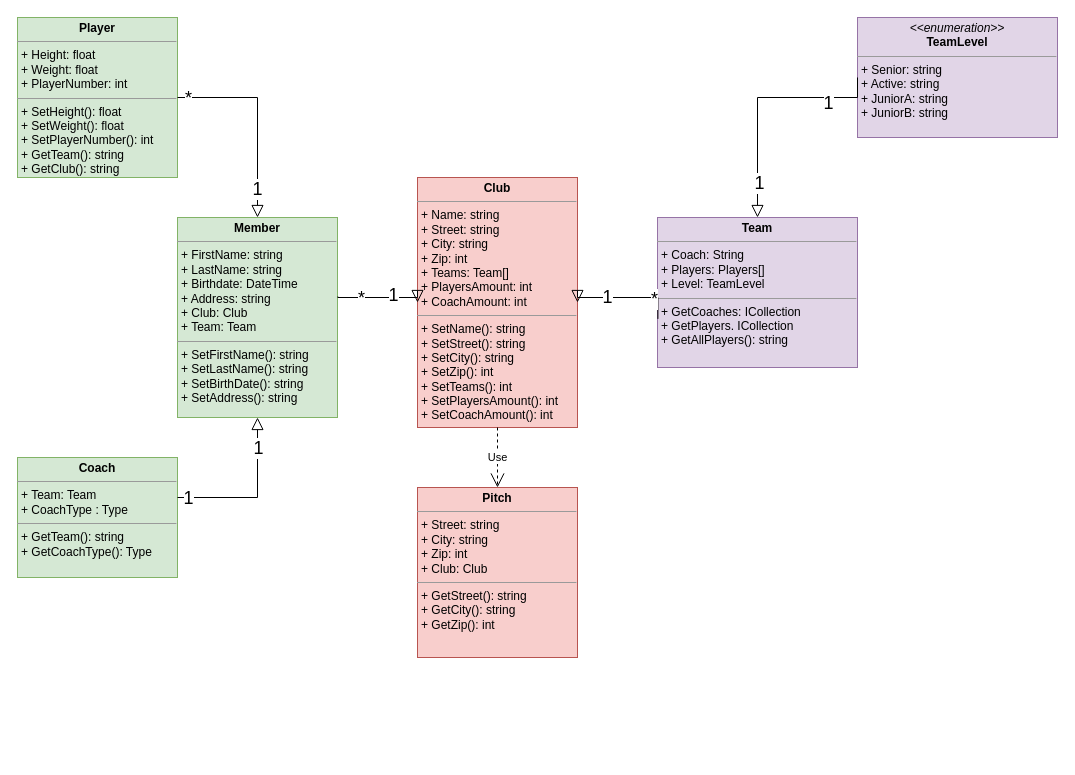
Before: docs/Klassendiagramm.drawio in harismkhan/ClubManagement, a draw.io diagram. Source tidied: cells renumbered, new cells numbered last; positions are measured from the earlier drawing's top-left corner, leaving out a move shared by most shapes. Both pictures are drawn from the tidied source at 100%, with x=0, y=0 at pixel (17, -303).
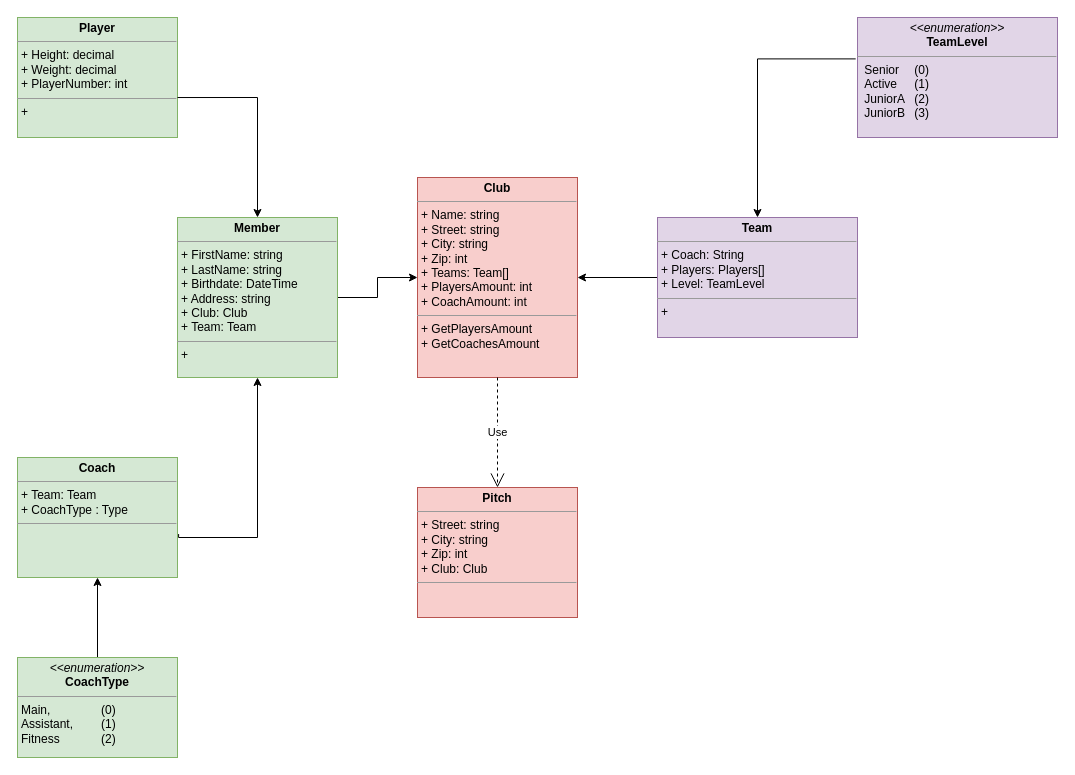
After the change.

Commit message (it also covers changes not shown here):
I added the updated Class Diagram and changed the floats to decimals.

The edit, as a diff of the source:
```diff
@@
-    <mxCell id="2" value="&lt;p style=&quot;margin: 0px ; margin-top: 4px ; text-align: center&quot;&gt;&lt;b&gt;Club&lt;/b&gt;&lt;/p&gt;&lt;hr size=&quot;1&quot;&gt;&lt;p style=&quot;margin: 0px ; margin-left: 4px&quot;&gt;+ Name: string&lt;/p&gt;&lt;p style=&quot;margin: 0px ; margin-left: 4px&quot;&gt;+ Street: string&lt;/p&gt;&lt;p style=&quot;margin: 0px 0px 0px 4px&quot;&gt;+ City: string&lt;/p&gt;&lt;div&gt;&lt;p style=&quot;margin: 0px 0px 0px 4px&quot;&gt;+ Zip: int&lt;/p&gt;&lt;/div&gt;&lt;p style=&quot;margin: 0px ; margin-left: 4px&quot;&gt;+ Teams: Team[]&lt;/p&gt;&lt;p style=&quot;margin: 0px ; margin-left: 4px&quot;&gt;+ PlayersAmount: int&lt;/p&gt;&lt;p style=&quot;margin: 0px ; margin-left: 4px&quot;&gt;+ CoachAmount: int&lt;/p&gt;&lt;hr size=&quot;1&quot;&gt;&lt;p style=&quot;margin: 0px ; margin-left: 4px&quot;&gt;+ SetName(): string&lt;/p&gt;&lt;p style=&quot;margin: 0px ; margin-left: 4px&quot;&gt;+ SetStreet(): string&lt;/p&gt;&lt;p style=&quot;margin: 0px 0px 0px 4px&quot;&gt;+ SetCity(): string&lt;/p&gt;&lt;div&gt;&lt;p style=&quot;margin: 0px 0px 0px 4px&quot;&gt;+ SetZip(): int&lt;/p&gt;&lt;/div&gt;&lt;p style=&quot;margin: 0px ; margin-left: 4px&quot;&gt;+ SetTeams(): int&lt;/p&gt;&lt;p style=&quot;margin: 0px ; margin-left: 4px&quot;&gt;+ SetPlayersAmount(): int&lt;/p&gt;&lt;p style=&quot;margin: 0px ; margin-left: 4px&quot;&gt;+ SetCoachAmount(): int&lt;/p&gt;" style="verticalAlign=top;align=left;overflow=fill;fontSize=12;fontFamily=Helvetica;html=1;fillColor=#f8cecc;strokeColor=#b85450;" parent="1" vertex="1">
-      <mxGeometry x="400" y="480" width="160" height="250" as="geometry" />
+    <mxCell id="2" value="&lt;p style=&quot;margin: 0px ; margin-top: 4px ; text-align: center&quot;&gt;&lt;b&gt;Club&lt;/b&gt;&lt;/p&gt;&lt;hr size=&quot;1&quot;&gt;&lt;p style=&quot;margin: 0px ; margin-left: 4px&quot;&gt;+ Name: string&lt;/p&gt;&lt;p style=&quot;margin: 0px ; margin-left: 4px&quot;&gt;+ Street: string&lt;/p&gt;&lt;p style=&quot;margin: 0px 0px 0px 4px&quot;&gt;+ City: string&lt;/p&gt;&lt;div&gt;&lt;p style=&quot;margin: 0px 0px 0px 4px&quot;&gt;+ Zip: int&lt;/p&gt;&lt;/div&gt;&lt;p style=&quot;margin: 0px ; margin-left: 4px&quot;&gt;+ Teams: Team[]&lt;/p&gt;&lt;p style=&quot;margin: 0px ; margin-left: 4px&quot;&gt;+ PlayersAmount: int&lt;/p&gt;&lt;p style=&quot;margin: 0px ; margin-left: 4px&quot;&gt;+ CoachAmount: int&lt;/p&gt;&lt;hr size=&quot;1&quot;&gt;&lt;p style=&quot;margin: 0px ; margin-left: 4px&quot;&gt;+ GetPlayersAmount&lt;/p&gt;&lt;p style=&quot;margin: 0px ; margin-left: 4px&quot;&gt;+ GetCoachesAmount&lt;/p&gt;" style="verticalAlign=top;align=left;overflow=fill;fontSize=12;fontFamily=Helvetica;html=1;fillColor=#f8cecc;strokeColor=#b85450;" parent="1" vertex="1">
+      <mxGeometry x="400" y="480" width="160" height="200" as="geometry" />
     </mxCell>
-    <mxCell id="3" value="&lt;p style=&quot;margin: 0px ; margin-top: 4px ; text-align: center&quot;&gt;&lt;b&gt;Pitch&lt;/b&gt;&lt;/p&gt;&lt;hr size=&quot;1&quot;&gt;&lt;p style=&quot;margin: 0px 0px 0px 4px&quot;&gt;+ Street: string&lt;/p&gt;&lt;p style=&quot;margin: 0px 0px 0px 4px&quot;&gt;+ City: string&lt;/p&gt;&lt;p style=&quot;margin: 0px ; margin-left: 4px&quot;&gt;&lt;span&gt;+ Zip: int&lt;/span&gt;&lt;/p&gt;&lt;p style=&quot;margin: 0px ; margin-left: 4px&quot;&gt;&lt;span&gt;+ Club: Club&lt;/span&gt;&lt;br&gt;&lt;/p&gt;&lt;hr size=&quot;1&quot;&gt;&lt;p style=&quot;margin: 0px ; margin-left: 4px&quot;&gt;+ GetStreet(): string&lt;/p&gt;&lt;p style=&quot;margin: 0px ; margin-left: 4px&quot;&gt;+ GetCity(): string&lt;/p&gt;&lt;p style=&quot;margin: 0px ; margin-left: 4px&quot;&gt;+ GetZip(): int&lt;/p&gt;" style="verticalAlign=top;align=left;overflow=fill;fontSize=12;fontFamily=Helvetica;html=1;fillColor=#f8cecc;strokeColor=#b85450;" parent="1" vertex="1">
-      <mxGeometry x="400" y="790" width="160" height="170" as="geometry" />
+    <mxCell id="3" value="&lt;p style=&quot;margin: 0px ; margin-top: 4px ; text-align: center&quot;&gt;&lt;b&gt;Pitch&lt;/b&gt;&lt;/p&gt;&lt;hr size=&quot;1&quot;&gt;&lt;p style=&quot;margin: 0px 0px 0px 4px&quot;&gt;+ Street: string&lt;/p&gt;&lt;p style=&quot;margin: 0px 0px 0px 4px&quot;&gt;+ City: string&lt;/p&gt;&lt;p style=&quot;margin: 0px ; margin-left: 4px&quot;&gt;&lt;span&gt;+ Zip: int&lt;/span&gt;&lt;/p&gt;&lt;p style=&quot;margin: 0px ; margin-left: 4px&quot;&gt;&lt;span&gt;+ Club: Club&lt;/span&gt;&lt;br&gt;&lt;/p&gt;&lt;hr size=&quot;1&quot;&gt;&lt;p style=&quot;margin: 0px ; margin-left: 4px&quot;&gt;&lt;br&gt;&lt;/p&gt;" style="verticalAlign=top;align=left;overflow=fill;fontSize=12;fontFamily=Helvetica;html=1;fillColor=#f8cecc;strokeColor=#b85450;" parent="1" vertex="1">
+      <mxGeometry x="400" y="790" width="160" height="130" as="geometry" />
     </mxCell>
+    <mxCell id="22" style="edgeStyle=orthogonalEdgeStyle;rounded=0;jettySize=auto;html=1;" parent="1" edge="1" source="4" target="2">
+      <mxGeometry relative="1" as="geometry" />
+    </mxCell>
-    <mxCell id="4" value="&lt;p style=&quot;margin: 0px ; margin-top: 4px ; text-align: center&quot;&gt;&lt;b&gt;Team&lt;/b&gt;&lt;/p&gt;&lt;hr size=&quot;1&quot;&gt;&lt;p style=&quot;margin: 0px ; margin-left: 4px&quot;&gt;+ Coach: String&lt;/p&gt;&lt;p style=&quot;margin: 0px ; margin-left: 4px&quot;&gt;+ Players: Players[]&lt;/p&gt;&lt;p style=&quot;margin: 0px ; margin-left: 4px&quot;&gt;+ Level: TeamLevel&lt;/p&gt;&lt;hr size=&quot;1&quot;&gt;&lt;p style=&quot;margin: 0px ; margin-left: 4px&quot;&gt;+ GetCoaches: ICollection&amp;nbsp;&lt;/p&gt;&lt;p style=&quot;margin: 0px ; margin-left: 4px&quot;&gt;+ GetPlayers. ICollection&lt;/p&gt;&lt;p style=&quot;margin: 0px ; margin-left: 4px&quot;&gt;+ GetAllPlayers(): string&lt;/p&gt;" style="verticalAlign=top;align=left;overflow=fill;fontSize=12;fontFamily=Helvetica;html=1;fillColor=#e1d5e7;strokeColor=#9673a6;" parent="1" vertex="1">
-      <mxGeometry x="640" y="520" width="200" height="150" as="geometry" />
+    <mxCell id="4" value="&lt;p style=&quot;margin: 0px ; margin-top: 4px ; text-align: center&quot;&gt;&lt;b&gt;Team&lt;/b&gt;&lt;/p&gt;&lt;hr size=&quot;1&quot;&gt;&lt;p style=&quot;margin: 0px ; margin-left: 4px&quot;&gt;+ Coach: String&lt;/p&gt;&lt;p style=&quot;margin: 0px ; margin-left: 4px&quot;&gt;+ Players: Players[]&lt;/p&gt;&lt;p style=&quot;margin: 0px ; margin-left: 4px&quot;&gt;+ Level: TeamLevel&lt;/p&gt;&lt;hr size=&quot;1&quot;&gt;&lt;p style=&quot;margin: 0px ; margin-left: 4px&quot;&gt;+&amp;nbsp;&lt;/p&gt;" style="verticalAlign=top;align=left;overflow=fill;fontSize=12;fontFamily=Helvetica;html=1;fillColor=#e1d5e7;strokeColor=#9673a6;" parent="1" vertex="1">
+      <mxGeometry x="640" y="520" width="200" height="120" as="geometry" />
     </mxCell>
-    <mxCell id="5" value="&lt;p style=&quot;margin: 0px ; margin-top: 4px ; text-align: center&quot;&gt;&lt;i&gt;&amp;lt;&amp;lt;enumeration&amp;gt;&amp;gt;&lt;/i&gt;&lt;br&gt;&lt;b&gt;TeamLevel&lt;/b&gt;&lt;/p&gt;&lt;hr size=&quot;1&quot;&gt;&lt;p style=&quot;margin: 0px ; margin-left: 4px&quot;&gt;+ Senior: string&lt;br&gt;+ Active: string&lt;/p&gt;&lt;p style=&quot;margin: 0px ; margin-left: 4px&quot;&gt;+ JuniorA: string&lt;/p&gt;&lt;p style=&quot;margin: 0px ; margin-left: 4px&quot;&gt;+ JuniorB: string&lt;/p&gt;&lt;p style=&quot;margin: 0px ; margin-left: 4px&quot;&gt;&lt;br&gt;&lt;/p&gt;" style="verticalAlign=top;align=left;overflow=fill;fontSize=12;fontFamily=Helvetica;html=1;fillColor=#e1d5e7;strokeColor=#9673a6;" parent="1" vertex="1">
+    <mxCell id="5" value="&lt;p style=&quot;margin: 0px ; margin-top: 4px ; text-align: center&quot;&gt;&lt;i&gt;&amp;lt;&amp;lt;enumeration&amp;gt;&amp;gt;&lt;/i&gt;&lt;br&gt;&lt;b&gt;TeamLevel&lt;/b&gt;&lt;/p&gt;&lt;hr size=&quot;1&quot;&gt;&lt;p style=&quot;margin: 0px ; margin-left: 4px&quot;&gt;&amp;nbsp;Senior &lt;span style=&quot;white-space: pre&quot;&gt;&#9;&lt;/span&gt;(0)&lt;br&gt;&amp;nbsp;Active &lt;span style=&quot;white-space: pre&quot;&gt;&#9;&lt;/span&gt;(1)&lt;/p&gt;&lt;p style=&quot;margin: 0px ; margin-left: 4px&quot;&gt;&amp;nbsp;JuniorA &lt;span style=&quot;white-space: pre&quot;&gt;&#9;&lt;/span&gt;(2)&lt;/p&gt;&lt;p style=&quot;margin: 0px ; margin-left: 4px&quot;&gt;&amp;nbsp;JuniorB &lt;span style=&quot;white-space: pre&quot;&gt;&#9;&lt;/span&gt;(3)&lt;/p&gt;&lt;p style=&quot;margin: 0px ; margin-left: 4px&quot;&gt;&lt;br&gt;&lt;/p&gt;" style="verticalAlign=top;align=left;overflow=fill;fontSize=12;fontFamily=Helvetica;html=1;fillColor=#e1d5e7;strokeColor=#9673a6;" parent="1" vertex="1">
       <mxGeometry x="840" y="320" width="200" height="120" as="geometry" />
     </mxCell>
+    <mxCell id="19" style="edgeStyle=orthogonalEdgeStyle;rounded=0;jettySize=auto;html=1;" parent="1" edge="1" source="6" target="2">
+      <mxGeometry relative="1" as="geometry" />
+    </mxCell>
-    <mxCell id="6" value="&lt;p style=&quot;margin: 0px ; margin-top: 4px ; text-align: center&quot;&gt;&lt;b&gt;Member&lt;/b&gt;&lt;/p&gt;&lt;hr size=&quot;1&quot;&gt;&lt;p style=&quot;margin: 0px ; margin-left: 4px&quot;&gt;+ FirstName: string&lt;/p&gt;&lt;p style=&quot;margin: 0px ; margin-left: 4px&quot;&gt;+ LastName: string&lt;/p&gt;&lt;p style=&quot;margin: 0px ; margin-left: 4px&quot;&gt;+ Birthdate: DateTime&lt;/p&gt;&lt;p style=&quot;margin: 0px ; margin-left: 4px&quot;&gt;+ Address: string&lt;/p&gt;&lt;p style=&quot;margin: 0px ; margin-left: 4px&quot;&gt;+ Club: Club&lt;/p&gt;&lt;p style=&quot;margin: 0px ; margin-left: 4px&quot;&gt;+ Team: Team&lt;/p&gt;&lt;hr size=&quot;1&quot;&gt;&lt;p style=&quot;margin: 0px ; margin-left: 4px&quot;&gt;+ SetFirstName(): string&lt;/p&gt;&lt;p style=&quot;margin: 0px ; margin-left: 4px&quot;&gt;+ SetLastName(): string&lt;/p&gt;&lt;p style=&quot;margin: 0px ; margin-left: 4px&quot;&gt;+ SetBirthDate(): string&lt;/p&gt;&lt;p style=&quot;margin: 0px ; margin-left: 4px&quot;&gt;+ SetAddress(): string&lt;/p&gt;" style="verticalAlign=top;align=left;overflow=fill;fontSize=12;fontFamily=Helvetica;html=1;fillColor=#d5e8d4;strokeColor=#82b366;" parent="1" vertex="1">
-      <mxGeometry x="160" y="520" width="160" height="200" as="geometry" />
+    <mxCell id="6" value="&lt;p style=&quot;margin: 0px ; margin-top: 4px ; text-align: center&quot;&gt;&lt;b&gt;Member&lt;/b&gt;&lt;/p&gt;&lt;hr size=&quot;1&quot;&gt;&lt;p style=&quot;margin: 0px ; margin-left: 4px&quot;&gt;+ FirstName: string&lt;/p&gt;&lt;p style=&quot;margin: 0px ; margin-left: 4px&quot;&gt;+ LastName: string&lt;/p&gt;&lt;p style=&quot;margin: 0px ; margin-left: 4px&quot;&gt;+ Birthdate: DateTime&lt;/p&gt;&lt;p style=&quot;margin: 0px ; margin-left: 4px&quot;&gt;+ Address: string&lt;/p&gt;&lt;p style=&quot;margin: 0px ; margin-left: 4px&quot;&gt;+ Club: Club&lt;/p&gt;&lt;p style=&quot;margin: 0px ; margin-left: 4px&quot;&gt;+ Team: Team&lt;/p&gt;&lt;hr size=&quot;1&quot;&gt;&lt;p style=&quot;margin: 0px ; margin-left: 4px&quot;&gt;+&amp;nbsp;&lt;/p&gt;" style="verticalAlign=top;align=left;overflow=fill;fontSize=12;fontFamily=Helvetica;html=1;fillColor=#d5e8d4;strokeColor=#82b366;" parent="1" vertex="1">
+      <mxGeometry x="160" y="520" width="160" height="160" as="geometry" />
     </mxCell>
-    <mxCell id="7" value="&lt;p style=&quot;margin: 0px ; margin-top: 4px ; text-align: center&quot;&gt;&lt;b&gt;Coach&lt;/b&gt;&lt;/p&gt;&lt;hr size=&quot;1&quot;&gt;&lt;p style=&quot;margin: 0px ; margin-left: 4px&quot;&gt;+ Team: Team&lt;/p&gt;&lt;p style=&quot;margin: 0px ; margin-left: 4px&quot;&gt;+ CoachType : Type&amp;nbsp;&lt;/p&gt;&lt;hr size=&quot;1&quot;&gt;&lt;p style=&quot;margin: 0px 0px 0px 4px&quot;&gt;+ GetTeam(): string&lt;/p&gt;&lt;p style=&quot;margin: 0px 0px 0px 4px&quot;&gt;+ GetCoachType(): Type&lt;/p&gt;" style="verticalAlign=top;align=left;overflow=fill;fontSize=12;fontFamily=Helvetica;html=1;fillColor=#d5e8d4;strokeColor=#82b366;" parent="1" vertex="1">
+    <mxCell id="7" value="&lt;p style=&quot;margin: 0px ; margin-top: 4px ; text-align: center&quot;&gt;&lt;b&gt;Coach&lt;/b&gt;&lt;/p&gt;&lt;hr size=&quot;1&quot;&gt;&lt;p style=&quot;margin: 0px ; margin-left: 4px&quot;&gt;+ Team: Team&lt;/p&gt;&lt;p style=&quot;margin: 0px ; margin-left: 4px&quot;&gt;+ CoachType : Type&amp;nbsp;&lt;/p&gt;&lt;hr size=&quot;1&quot;&gt;&lt;p style=&quot;margin: 0px 0px 0px 4px&quot;&gt;&lt;br&gt;&lt;/p&gt;" style="verticalAlign=top;align=left;overflow=fill;fontSize=12;fontFamily=Helvetica;html=1;fillColor=#d5e8d4;strokeColor=#82b366;" parent="1" vertex="1">
       <mxGeometry y="760" width="160" height="120" as="geometry" />
     </mxCell>
-    <mxCell id="8" value="&lt;p style=&quot;margin: 0px ; margin-top: 4px ; text-align: center&quot;&gt;&lt;b&gt;Player&lt;/b&gt;&lt;/p&gt;&lt;hr size=&quot;1&quot;&gt;&lt;p style=&quot;margin: 0px ; margin-left: 4px&quot;&gt;+ Height: float&lt;/p&gt;&lt;p style=&quot;margin: 0px ; margin-left: 4px&quot;&gt;+ Weight: float&lt;/p&gt;&lt;p style=&quot;margin: 0px ; margin-left: 4px&quot;&gt;+ PlayerNumber: int&lt;/p&gt;&lt;hr size=&quot;1&quot;&gt;&lt;p style=&quot;margin: 0px ; margin-left: 4px&quot;&gt;+ SetHeight(): float&lt;/p&gt;&lt;p style=&quot;margin: 0px ; margin-left: 4px&quot;&gt;+ SetWeight(): float&lt;/p&gt;&lt;p style=&quot;margin: 0px ; margin-left: 4px&quot;&gt;+ SetPlayerNumber(): int&lt;/p&gt;&lt;p style=&quot;margin: 0px ; margin-left: 4px&quot;&gt;+ GetTeam(): string&lt;/p&gt;&lt;p style=&quot;margin: 0px ; margin-left: 4px&quot;&gt;+ GetClub(): string&lt;/p&gt;" style="verticalAlign=top;align=left;overflow=fill;fontSize=12;fontFamily=Helvetica;html=1;fillColor=#d5e8d4;strokeColor=#82b366;" parent="1" vertex="1">
-      <mxGeometry y="320" width="160" height="160" as="geometry" />
+    <mxCell id="8" value="&lt;p style=&quot;margin: 0px ; margin-top: 4px ; text-align: center&quot;&gt;&lt;b&gt;Player&lt;/b&gt;&lt;/p&gt;&lt;hr size=&quot;1&quot;&gt;&lt;p style=&quot;margin: 0px ; margin-left: 4px&quot;&gt;+ Height: decimal&lt;/p&gt;&lt;p style=&quot;margin: 0px ; margin-left: 4px&quot;&gt;+ Weight: decimal&lt;/p&gt;&lt;p style=&quot;margin: 0px ; margin-left: 4px&quot;&gt;+ PlayerNumber: int&lt;/p&gt;&lt;hr size=&quot;1&quot;&gt;&lt;p style=&quot;margin: 0px ; margin-left: 4px&quot;&gt;+&amp;nbsp;&lt;/p&gt;" style="verticalAlign=top;align=left;overflow=fill;fontSize=12;fontFamily=Helvetica;html=1;fillColor=#d5e8d4;strokeColor=#82b366;" parent="1" vertex="1">
+      <mxGeometry y="320" width="160" height="120" as="geometry" />
     </mxCell>
-    <mxCell id="9" style="endArrow=block;endSize=10;endFill=0;shadow=0;strokeWidth=1;rounded=0;edgeStyle=elbowEdgeStyle;elbow=vertical;entryX=0.5;entryY=0;entryDx=0;entryDy=0;exitX=1;exitY=0.5;exitDx=0;exitDy=0;" parent="1" edge="1" target="6">
-      <mxGeometry relative="1" as="geometry">
-        <mxPoint x="160" y="400" as="sourcePoint" />
-        <Array as="points">
-          <mxPoint x="190" y="400" />
-          <mxPoint x="140" y="500" />
-          <mxPoint x="560" />
-          <mxPoint x="90" y="60" />
-          <mxPoint x="110" y="20" />
-        </Array>
-      </mxGeometry>
-    </mxCell>
-    <mxCell id="10" value="&lt;font style=&quot;font-size: 18px&quot;&gt;*&lt;/font&gt;" style="edgeLabel;html=1;align=center;verticalAlign=middle;" parent="9" vertex="1">
-      <mxGeometry x="-0.79" y="1" relative="1" as="geometry">
-        <mxPoint x="-11" y="1" as="offset" />
-      </mxGeometry>
-    </mxCell>
-    <mxCell id="11" value="1" style="edgeLabel;html=1;align=center;verticalAlign=middle;fontSize=18;" parent="9" vertex="1">
-      <mxGeometry x="0.71" y="-1" relative="1" as="geometry" />
-    </mxCell>
+    <mxCell id="15" value="Use" style="endArrow=open;endSize=12;dashed=1;html=1;rounded=0;entryX=0.5;entryY=0;entryDx=0;entryDy=0;exitX=0.5;exitY=1;exitDx=0;exitDy=0;" parent="1" edge="1" source="2" target="3">
+      <mxGeometry relative="1" as="geometry" />
+    </mxCell>
+    <mxCell id="25" style="edgeStyle=orthogonalEdgeStyle;rounded=0;jettySize=auto;html=1;" parent="1" edge="1" source="26" target="7">
+      <mxGeometry relative="1" as="geometry" />
+    </mxCell>
+    <mxCell id="26" value="&lt;p style=&quot;margin: 0px ; margin-top: 4px ; text-align: center&quot;&gt;&lt;i&gt;&amp;lt;&amp;lt;enumeration&amp;gt;&amp;gt;&lt;/i&gt;&lt;br&gt;&lt;b&gt;CoachType&lt;/b&gt;&lt;/p&gt;&lt;hr size=&quot;1&quot;&gt;&lt;p style=&quot;margin: 0px ; margin-left: 4px&quot;&gt;Main,&lt;span style=&quot;white-space: pre&quot;&gt;&#9;&lt;span style=&quot;white-space: pre&quot;&gt;&#9;&lt;/span&gt;&lt;/span&gt;(0)&lt;/p&gt;&lt;p style=&quot;margin: 0px ; margin-left: 4px&quot;&gt;Assistant,&lt;span style=&quot;white-space: pre&quot;&gt;&#9;&lt;/span&gt;(1)&lt;/p&gt;&lt;p style=&quot;margin: 0px ; margin-left: 4px&quot;&gt;Fitness&lt;span style=&quot;white-space: pre&quot;&gt;&#9;&lt;/span&gt;&lt;span style=&quot;white-space: pre&quot;&gt;&#9;&lt;/span&gt;(2)&lt;/p&gt;" style="verticalAlign=top;align=left;overflow=fill;fontSize=12;fontFamily=Helvetica;html=1;fillColor=#d5e8d4;strokeColor=#82b366;" parent="1" vertex="1">
+      <mxGeometry y="960" width="160" height="100" as="geometry" />
+    </mxCell>
-    <mxCell id="12" style="endArrow=block;endSize=10;endFill=0;shadow=0;strokeWidth=1;rounded=0;edgeStyle=elbowEdgeStyle;elbow=vertical;exitX=0;exitY=0.5;exitDx=0;exitDy=0;" parent="1" edge="1" source="5" target="4">
+    <mxCell id="12" style="edgeStyle=orthogonalEdgeStyle;rounded=0;jettySize=auto;html=1;exitX=-0.009;exitY=0.345;exitDx=0;exitDy=0;exitPerimeter=0;entryX=0.5;entryY=0;entryDx=0;entryDy=0;" parent="1" edge="1" source="5" target="4">
       <mxGeometry relative="1" as="geometry">
         <Array as="points">
-          <mxPoint x="740" y="400" />
-          <mxPoint x="820" y="810" />
-          <mxPoint x="1240" y="310" />
-          <mxPoint x="770" y="370" />
-          <mxPoint x="790" y="330" />
+          <mxPoint x="740" y="361" />
         </Array>
       </mxGeometry>
     </mxCell>
-    <mxCell id="13" value="1" style="edgeLabel;html=1;align=center;verticalAlign=middle;fontSize=18;" parent="12" vertex="1">
-      <mxGeometry x="0.71" y="1" relative="1" as="geometry" />
-    </mxCell>
-    <mxCell id="14" value="1" style="edgeLabel;html=1;align=center;verticalAlign=middle;fontSize=18;" parent="12" vertex="1">
-      <mxGeometry x="-0.86" relative="1" as="geometry">
-        <mxPoint x="-30" y="8" as="offset" />
-      </mxGeometry>
-    </mxCell>
-    <mxCell id="15" value="Use" style="endArrow=open;endSize=12;dashed=1;html=1;rounded=0;entryX=0.5;entryY=0;entryDx=0;entryDy=0;exitX=0.5;exitY=1;exitDx=0;exitDy=0;" parent="1" edge="1" source="2" target="3">
-      <mxGeometry relative="1" as="geometry" />
-    </mxCell>
-    <mxCell id="16" style="endArrow=block;endSize=10;endFill=0;shadow=0;strokeWidth=1;rounded=0;edgeStyle=elbowEdgeStyle;elbow=vertical;entryX=0.5;entryY=1;entryDx=0;entryDy=0;" parent="1" edge="1" target="6">
-      <mxGeometry relative="1" as="geometry">
-        <mxPoint x="160" y="800" as="sourcePoint" />
-        <Array as="points">
-          <mxPoint x="200" y="800" />
-          <mxPoint x="240" y="1260" />
-          <mxPoint x="660" y="760" />
-          <mxPoint x="190" y="820" />
-          <mxPoint x="210" y="780" />
-        </Array>
-      </mxGeometry>
-    </mxCell>
-    <mxCell id="17" value="1" style="edgeLabel;html=1;align=center;verticalAlign=middle;fontSize=18;" parent="16" vertex="1">
-      <mxGeometry x="-0.77" y="-3" relative="1" as="geometry">
-        <mxPoint x="-8" y="-3" as="offset" />
-      </mxGeometry>
-    </mxCell>
-    <mxCell id="18" value="1" style="edgeLabel;html=1;align=center;verticalAlign=middle;fontSize=18;" parent="16" vertex="1">
-      <mxGeometry x="0.63" relative="1" as="geometry" />
-    </mxCell>
-    <mxCell id="19" style="endArrow=block;endSize=10;endFill=0;shadow=0;strokeWidth=1;rounded=0;edgeStyle=elbowEdgeStyle;elbow=vertical;exitX=1.002;exitY=0.395;exitDx=0;exitDy=0;exitPerimeter=0;entryX=0;entryY=0.5;entryDx=0;entryDy=0;" parent="1" edge="1" source="6" target="2">
-      <mxGeometry relative="1" as="geometry">
-        <Array as="points">
-          <mxPoint x="360" y="600" />
-          <mxPoint x="310" y="1235" />
-          <mxPoint x="730" y="735" />
-          <mxPoint x="260" y="795" />
-          <mxPoint x="280" y="755" />
-        </Array>
-      </mxGeometry>
-    </mxCell>
-    <mxCell id="20" value="*" style="edgeLabel;html=1;align=center;verticalAlign=middle;fontSize=18;" parent="19" vertex="1">
-      <mxGeometry x="-0.45" relative="1" as="geometry" />
-    </mxCell>
-    <mxCell id="21" value="1" style="edgeLabel;html=1;align=center;verticalAlign=middle;fontSize=18;" parent="19" vertex="1">
-      <mxGeometry x="0.3" y="3" relative="1" as="geometry" />
-    </mxCell>
-    <mxCell id="22" style="endArrow=block;endSize=10;endFill=0;shadow=0;strokeWidth=1;rounded=0;edgeStyle=elbowEdgeStyle;elbow=vertical;exitX=0.002;exitY=0.676;exitDx=0;exitDy=0;entryX=1;entryY=0.5;entryDx=0;entryDy=0;exitPerimeter=0;" parent="1" edge="1" source="4" target="2">
-      <mxGeometry relative="1" as="geometry">
-        <Array as="points">
-          <mxPoint x="600" y="600" />
-          <mxPoint x="850" y="840" />
-          <mxPoint x="1270" y="340" />
-          <mxPoint x="800" y="400" />
-          <mxPoint x="820" y="360" />
-        </Array>
-      </mxGeometry>
-    </mxCell>
-    <mxCell id="23" value="1" style="edgeLabel;html=1;align=center;verticalAlign=middle;fontSize=18;" parent="22" vertex="1">
-      <mxGeometry x="0.35" y="-1" relative="1" as="geometry" />
-    </mxCell>
-    <mxCell id="24" value="*" style="edgeLabel;html=1;align=center;verticalAlign=middle;fontSize=18;" parent="22" vertex="1">
-      <mxGeometry x="-0.53" y="1" relative="1" as="geometry" />
-    </mxCell>
+    <mxCell id="27" style="edgeStyle=orthogonalEdgeStyle;rounded=0;jettySize=auto;html=1;exitX=1.007;exitY=0.638;exitDx=0;exitDy=0;exitPerimeter=0;entryX=0.5;entryY=1;entryDx=0;entryDy=0;" parent="1" edge="1" source="7" target="6">
+      <mxGeometry relative="1" as="geometry">
+        <Array as="points">
+          <mxPoint x="161" y="840" />
+          <mxPoint x="240" y="840" />
+        </Array>
+      </mxGeometry>
+    </mxCell>
+    <mxCell id="28" style="edgeStyle=orthogonalEdgeStyle;rounded=0;jettySize=auto;html=1;exitX=1;exitY=0.667;exitDx=0;exitDy=0;exitPerimeter=0;entryX=0.5;entryY=0;entryDx=0;entryDy=0;" parent="1" edge="1" source="8">
+      <mxGeometry relative="1" as="geometry">
+        <mxPoint x="240" y="520" as="targetPoint" />
+        <Array as="points">
+          <mxPoint x="240" y="400" />
+        </Array>
+      </mxGeometry>
+    </mxCell>
```
